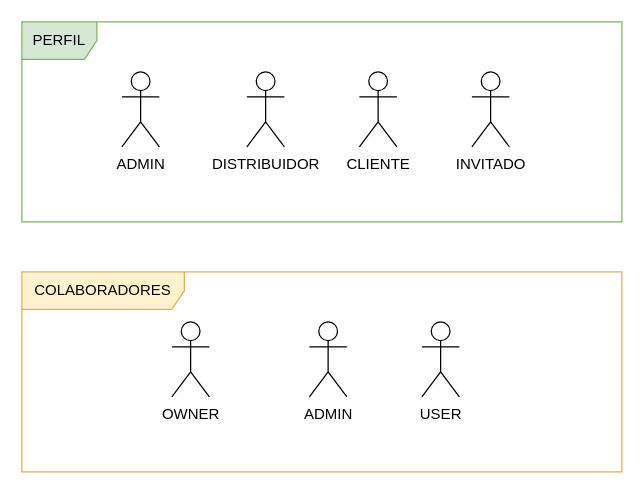
This is diagram.drawio from nimrodleon/Nebula, a draw.io file, before an edit. Source tidied: cells renumbered, new cells numbered last; positions are measured from the earlier drawing's top-left corner, leaving out a move shared by most shapes. Both pictures are drawn from the tidied source at 125%, with x=0, y=0 at pixel (21, 21).
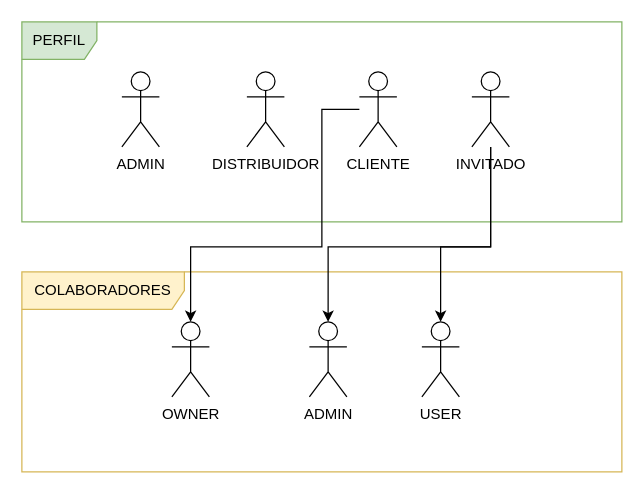
The same page after the edit.

Diff of the diagram source:
```diff
@@
 <mxGraphModel>
   <root>
     <mxCell id="0" />
     <mxCell id="1" parent="0" />
     <mxCell id="2" value="CLIENTE" style="shape=umlActor;verticalLabelPosition=bottom;verticalAlign=top;html=1;" parent="1" vertex="1">
       <mxGeometry x="270" y="40" width="30" height="60" as="geometry" />
     </mxCell>
     <mxCell id="3" value="PERFIL" style="shape=umlFrame;whiteSpace=wrap;html=1;fillColor=#d5e8d4;strokeColor=#82b366;" parent="1" vertex="1">
       <mxGeometry width="480" height="160" as="geometry" />
     </mxCell>
     <mxCell id="4" value="DISTRIBUIDOR" style="shape=umlActor;verticalLabelPosition=bottom;verticalAlign=top;html=1;" parent="1" vertex="1">
       <mxGeometry x="180" y="40" width="30" height="60" as="geometry" />
     </mxCell>
     <mxCell id="5" value="ADMIN" style="shape=umlActor;verticalLabelPosition=bottom;verticalAlign=top;html=1;" parent="1" vertex="1">
       <mxGeometry x="80" y="40" width="30" height="60" as="geometry" />
     </mxCell>
     <mxCell id="6" value="COLABORADORES" style="shape=umlFrame;whiteSpace=wrap;html=1;fillColor=#fff2cc;strokeColor=#d6b656;width=130;height=30;" parent="1" vertex="1">
       <mxGeometry y="200" width="480" height="160" as="geometry" />
     </mxCell>
     <mxCell id="7" value="OWNER" style="shape=umlActor;verticalLabelPosition=bottom;verticalAlign=top;html=1;" parent="1" vertex="1">
       <mxGeometry x="120" y="240" width="30" height="60" as="geometry" />
     </mxCell>
     <mxCell id="8" value="ADMIN" style="shape=umlActor;verticalLabelPosition=bottom;verticalAlign=top;html=1;" parent="1" vertex="1">
       <mxGeometry x="230" y="240" width="30" height="60" as="geometry" />
     </mxCell>
     <mxCell id="9" value="INVITADO" style="shape=umlActor;verticalLabelPosition=bottom;verticalAlign=top;html=1;" parent="1" vertex="1">
       <mxGeometry x="360" y="40" width="30" height="60" as="geometry" />
     </mxCell>
     <mxCell id="10" value="USER" style="shape=umlActor;verticalLabelPosition=bottom;verticalAlign=top;html=1;" parent="1" vertex="1">
       <mxGeometry x="320" y="240" width="30" height="60" as="geometry" />
     </mxCell>
+    <mxCell id="11" style="edgeStyle=orthogonalEdgeStyle;rounded=0;jettySize=auto;html=1;entryX=0.5;entryY=0;entryDx=0;entryDy=0;entryPerimeter=0;" parent="1" edge="1" source="2" target="7">
+      <mxGeometry relative="1" as="geometry">
+        <Array as="points">
+          <mxPoint x="240" y="70" />
+          <mxPoint x="240" y="180" />
+          <mxPoint x="135" y="180" />
+        </Array>
+      </mxGeometry>
+    </mxCell>
+    <mxCell id="12" style="edgeStyle=orthogonalEdgeStyle;rounded=0;jettySize=auto;html=1;entryX=0.5;entryY=0;entryDx=0;entryDy=0;entryPerimeter=0;" parent="1" edge="1" source="9" target="8">
+      <mxGeometry relative="1" as="geometry">
+        <Array as="points">
+          <mxPoint x="375" y="180" />
+          <mxPoint x="245" y="180" />
+        </Array>
+      </mxGeometry>
+    </mxCell>
+    <mxCell id="13" style="edgeStyle=orthogonalEdgeStyle;rounded=0;jettySize=auto;html=1;entryX=0.5;entryY=0;entryDx=0;entryDy=0;entryPerimeter=0;" parent="1" edge="1" source="9" target="10">
+      <mxGeometry relative="1" as="geometry">
+        <Array as="points">
+          <mxPoint x="375" y="180" />
+          <mxPoint x="335" y="180" />
+        </Array>
+      </mxGeometry>
+    </mxCell>
   </root>
 </mxGraphModel>
```
